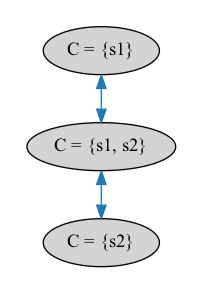
Before: notes/raft_reconfig_bug/quorums_n2.png, a diagram exported from Graphviz (will62794/logless-reconfig). Its source is kept beside it as notes/raft_reconfig_bug/quorums_n2.dot.
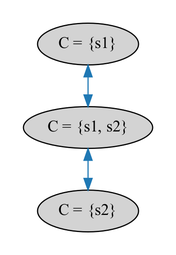
Above is the later version.

Diff of the diagram source:
```diff
@@ -3,13 +3,13 @@
 nodesep=0.35;concentrate=false;
 subgraph cluster_graph {
 color="white";
--4944192447147268359 [label="C = {s1}",style = filled]
--5847232171874344258 [label="C = {s2}",style = filled]
-4495524214695636027 [label="C = {s1, s2}",style = filled]
--4944192447147268359 -> 4495524214695636027 [label="",color="2",fontcolor="2"];
--5847232171874344258 -> 4495524214695636027 [label="",color="2",fontcolor="2"];
-4495524214695636027 -> -5847232171874344258 [label="",color="2",fontcolor="2"];
-4495524214695636027 -> -4944192447147268359 [label="",color="2",fontcolor="2"];
+13724175666419307 [label="C = {s1}",style = filled]
+-8781443984737042741 [label="C = {s2}",style = filled]
+8659283220165184329 [label="C = {s1, s2}",style = filled]
+13724175666419307 -> 8659283220165184329 [label="",color="2",fontcolor="2"];
+-8781443984737042741 -> 8659283220165184329 [label="",color="2",fontcolor="2"];
+8659283220165184329 -> -8781443984737042741 [label="",color="2",fontcolor="2"];
+8659283220165184329 -> 13724175666419307 [label="",color="2",fontcolor="2"];
 
 }
 }
```
